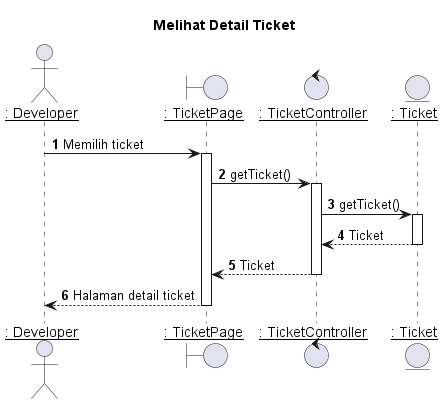
Above: out/plantuml/sequence/idev/idev3/Melihat Detail Ticket.png in TAS-PKL/Laporan-PKL-Ticketing (PlantUML), before the change.
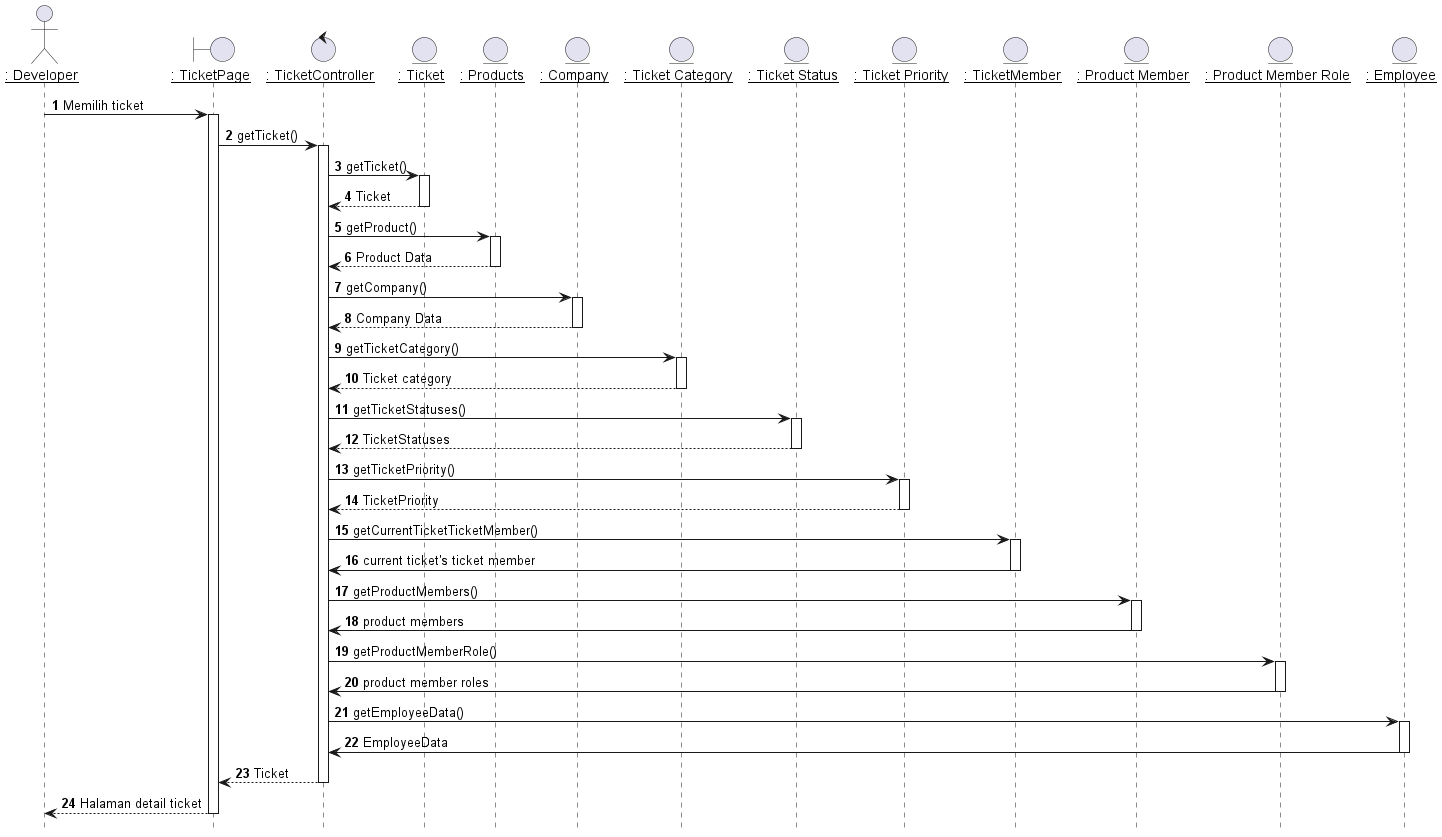
After the change.

The edit, as a diff of the source:
```diff
@@ -1,15 +1,22 @@
 @startuml Melihat Detail Ticket
 
-title "Melihat Detail Ticket"
+hide footbox
 
 actor DEV as "__: Developer__"
 boundary TicketPage as "__: TicketPage__"
 control TicketController as "__: TicketController__"
 entity Ticket as "__: Ticket__"
+entity Product as "__: Products__"
+entity Company as "__: Company__"
+entity TicketCategory as "__: Ticket Category__"
+entity TicketStatuses as "__: Ticket Status__"
+entity TicketPriority as "__: Ticket Priority__"
+entity TicketMember as "__: TicketMember__"
+entity ProductMembers as "__: Product Member__"
+entity ProductMemberRoles as "__: Product Member Role__"
+entity Employees as "__: Employee__"
 
 autonumber 1
-
-
 DEV -> TicketPage: Memilih ticket
 activate TicketPage
 
@@ -23,6 +30,60 @@
 Ticket --> TicketController : Ticket
 deactivate Ticket
 
+TicketController -> Product: getProduct()
+activate Product
+
+Product --> TicketController : Product Data
+deactivate Product
+
+TicketController -> Company: getCompany()
+activate Company
+
+Company --> TicketController : Company Data
+deactivate Company
+
+TicketController -> TicketCategory: getTicketCategory()
+activate TicketCategory
+
+TicketCategory --> TicketController : Ticket category
+deactivate TicketCategory
+
+TicketController -> TicketStatuses: getTicketStatuses()
+activate TicketStatuses
+
+TicketStatuses --> TicketController : TicketStatuses
+deactivate TicketStatuses
+
+TicketController -> TicketPriority: getTicketPriority()
+activate TicketPriority
+
+TicketPriority --> TicketController : TicketPriority
+deactivate TicketPriority
+
+TicketController -> TicketMember: getCurrentTicketTicketMember()
+activate TicketMember
+
+TicketMember -> TicketController: current ticket's ticket member
+deactivate TicketMember
+
+TicketController -> ProductMembers: getProductMembers()
+activate ProductMembers
+
+ProductMembers -> TicketController: product members
+deactivate ProductMembers
+
+TicketController -> ProductMemberRoles: getProductMemberRole()
+activate ProductMemberRoles
+
+ProductMemberRoles -> TicketController: product member roles
+deactivate ProductMemberRoles
+
+TicketController -> Employees: getEmployeeData()
+activate Employees
+
+Employees -> TicketController: EmployeeData
+deactivate Employees
+
 TicketController --> TicketPage : Ticket
 deactivate TicketController
 
```
